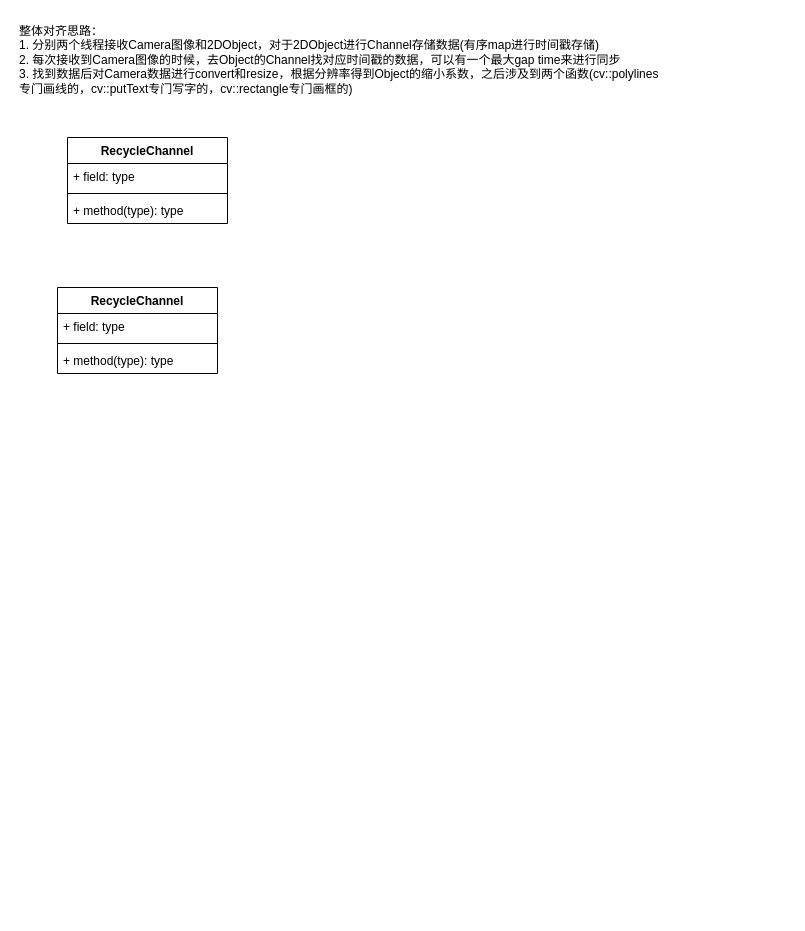
The draw.io diagram SourceCodeRead/HMI 2DCamera + Object.drawio in m1018/ChaoStudy, before the edit. Source tidied: cells renumbered, new cells numbered last; positions are measured from the earlier drawing's top-left corner, leaving out a move shared by most shapes. Both pictures are drawn from the tidied source at 100%, with x=0, y=0 at pixel (17, 17).
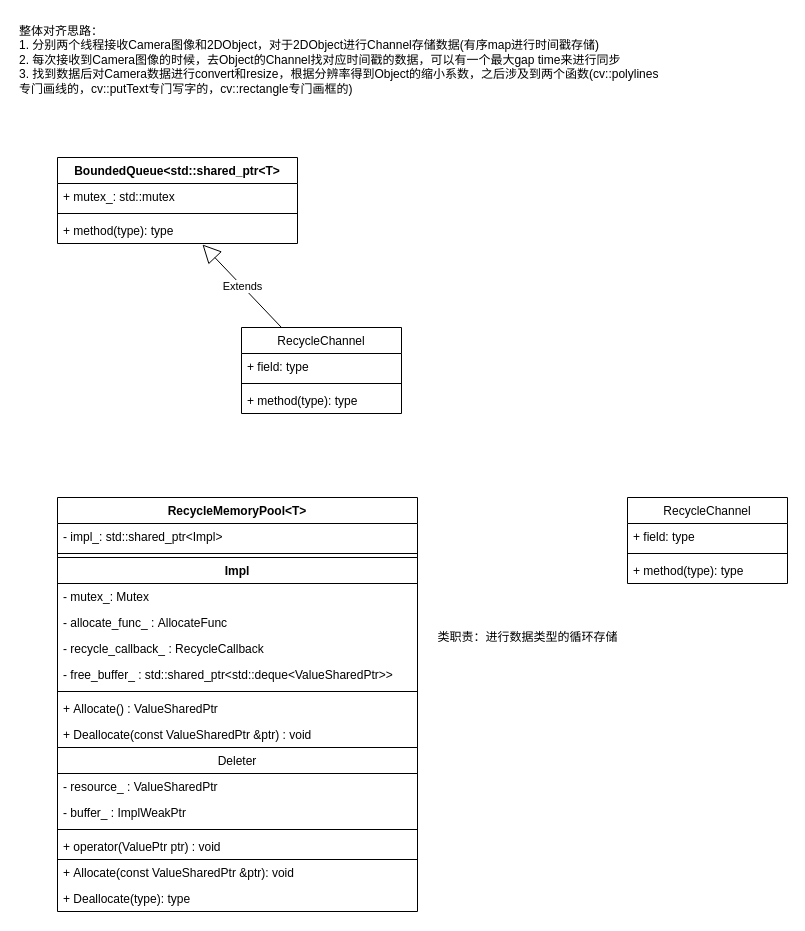
After the change.

Change to the diagram source:
```diff
@@
+    <mxCell id="7" value="RecycleChannel" style="swimlane;fontStyle=0;align=center;verticalAlign=top;horizontal=1;startSize=26;" parent="1" vertex="1">
+      <mxGeometry x="224" y="310" width="160" height="86" as="geometry" />
+    </mxCell>
+    <mxCell id="8" value="+ field: type" style="text;strokeColor=none;fillColor=none;align=left;verticalAlign=top;spacingLeft=4;spacingRight=4;overflow=hidden;" parent="7" vertex="1">
+      <mxGeometry y="26" width="160" height="26" as="geometry" />
+    </mxCell>
+    <mxCell id="9" style="line;strokeWidth=1;fillColor=none;align=left;verticalAlign=middle;spacingTop=-1;spacingLeft=3;spacingRight=3;labelPosition=right;" parent="7" vertex="1">
+      <mxGeometry y="52" width="160" height="8" as="geometry" />
+    </mxCell>
+    <mxCell id="10" value="+ method(type): type" style="text;strokeColor=none;fillColor=none;align=left;verticalAlign=top;spacingLeft=4;spacingRight=4;overflow=hidden;" parent="7" vertex="1">
+      <mxGeometry y="60" width="160" height="26" as="geometry" />
+    </mxCell>
+    <mxCell id="11" value="BoundedQueue&lt;std::shared_ptr&lt;T&gt;" style="swimlane;fontStyle=1;align=center;verticalAlign=top;horizontal=1;startSize=26;" parent="1" vertex="1">
+      <mxGeometry x="40" y="140" width="240" height="86" as="geometry" />
+    </mxCell>
+    <mxCell id="12" value="+ mutex_: std::mutex" style="text;strokeColor=none;fillColor=none;align=left;verticalAlign=top;spacingLeft=4;spacingRight=4;overflow=hidden;" parent="11" vertex="1">
+      <mxGeometry y="26" width="240" height="26" as="geometry" />
+    </mxCell>
+    <mxCell id="13" style="line;strokeWidth=1;fillColor=none;align=left;verticalAlign=middle;spacingTop=-1;spacingLeft=3;spacingRight=3;labelPosition=right;" parent="11" vertex="1">
+      <mxGeometry y="52" width="240" height="8" as="geometry" />
+    </mxCell>
+    <mxCell id="14" value="+ method(type): type" style="text;strokeColor=none;fillColor=none;align=left;verticalAlign=top;spacingLeft=4;spacingRight=4;overflow=hidden;points=[[0,0.5],[1,0.5]];portConstraint=eastwest;" parent="11" vertex="1">
+      <mxGeometry y="60" width="240" height="26" as="geometry" />
+    </mxCell>
+    <mxCell id="15" value="RecycleMemoryPool&lt;T&gt;" style="swimlane;fontStyle=1;align=center;verticalAlign=top;horizontal=1;startSize=26;" parent="1" vertex="1">
+      <mxGeometry x="40" y="480" width="360" height="414" as="geometry" />
+    </mxCell>
+    <mxCell id="16" value="- impl_: std::shared_ptr&lt;Impl&gt;" style="text;strokeColor=none;fillColor=none;align=left;verticalAlign=top;spacingLeft=4;spacingRight=4;overflow=hidden;" parent="15" vertex="1">
+      <mxGeometry y="26" width="360" height="26" as="geometry" />
+    </mxCell>
+    <mxCell id="17" style="line;strokeWidth=1;fillColor=none;align=left;verticalAlign=middle;spacingTop=-1;spacingLeft=3;spacingRight=3;labelPosition=right;" parent="15" vertex="1">
+      <mxGeometry y="52" width="360" height="8" as="geometry" />
+    </mxCell>
+    <mxCell id="18" value="Impl" style="swimlane;fontStyle=1;align=center;verticalAlign=top;horizontal=1;startSize=26;" parent="15" vertex="1">
+      <mxGeometry y="60" width="360" height="302" as="geometry" />
+    </mxCell>
+    <mxCell id="19" value="- mutex_: Mutex&#10;" style="text;strokeColor=none;fillColor=none;align=left;verticalAlign=top;spacingLeft=4;spacingRight=4;overflow=hidden;" parent="18" vertex="1">
+      <mxGeometry y="26" width="360" height="26" as="geometry" />
+    </mxCell>
+    <mxCell id="20" value="- allocate_func_ : AllocateFunc" style="text;strokeColor=none;fillColor=none;align=left;verticalAlign=top;spacingLeft=4;spacingRight=4;overflow=hidden;" parent="18" vertex="1">
+      <mxGeometry y="52" width="360" height="26" as="geometry" />
+    </mxCell>
+    <mxCell id="21" value="- recycle_callback_ : RecycleCallback" style="text;strokeColor=none;fillColor=none;align=left;verticalAlign=top;spacingLeft=4;spacingRight=4;overflow=hidden;" parent="18" vertex="1">
+      <mxGeometry y="78" width="360" height="26" as="geometry" />
+    </mxCell>
+    <mxCell id="22" value="- free_buffer_ : std::shared_ptr&lt;std::deque&lt;ValueSharedPtr&gt;&gt;" style="text;strokeColor=none;fillColor=none;align=left;verticalAlign=top;spacingLeft=4;spacingRight=4;overflow=hidden;" parent="18" vertex="1">
+      <mxGeometry y="104" width="360" height="26" as="geometry" />
+    </mxCell>
+    <mxCell id="23" style="line;strokeWidth=1;fillColor=none;align=left;verticalAlign=middle;spacingTop=-1;spacingLeft=3;spacingRight=3;labelPosition=right;" parent="18" vertex="1">
+      <mxGeometry y="130" width="360" height="8" as="geometry" />
+    </mxCell>
+    <mxCell id="24" value="+ Allocate() : ValueSharedPtr" style="text;strokeColor=none;fillColor=none;align=left;verticalAlign=top;spacingLeft=4;spacingRight=4;overflow=hidden;" parent="18" vertex="1">
+      <mxGeometry y="138" width="360" height="26" as="geometry" />
+    </mxCell>
+    <mxCell id="25" value="+ Deallocate(const ValueSharedPtr &amp;ptr) : void" style="text;strokeColor=none;fillColor=none;align=left;verticalAlign=top;spacingLeft=4;spacingRight=4;overflow=hidden;" parent="18" vertex="1">
+      <mxGeometry y="164" width="360" height="26" as="geometry" />
+    </mxCell>
+    <mxCell id="26" value="Deleter&#10;" style="swimlane;fontStyle=0;align=center;verticalAlign=top;horizontal=1;startSize=26;" parent="18" vertex="1">
+      <mxGeometry y="190" width="360" height="112" as="geometry" />
+    </mxCell>
+    <mxCell id="27" value="- resource_ : ValueSharedPtr" style="text;strokeColor=none;fillColor=none;align=left;verticalAlign=top;spacingLeft=4;spacingRight=4;overflow=hidden;" parent="26" vertex="1">
+      <mxGeometry y="26" width="360" height="26" as="geometry" />
+    </mxCell>
+    <mxCell id="28" value="- buffer_ : ImplWeakPtr " style="text;strokeColor=none;fillColor=none;align=left;verticalAlign=top;spacingLeft=4;spacingRight=4;overflow=hidden;" parent="26" vertex="1">
+      <mxGeometry y="52" width="360" height="26" as="geometry" />
+    </mxCell>
+    <mxCell id="29" style="line;strokeWidth=1;fillColor=none;align=left;verticalAlign=middle;spacingTop=-1;spacingLeft=3;spacingRight=3;labelPosition=right;" parent="26" vertex="1">
+      <mxGeometry y="78" width="360" height="8" as="geometry" />
+    </mxCell>
+    <mxCell id="30" value="+ operator(ValuePtr ptr) : void " style="text;strokeColor=none;fillColor=none;align=left;verticalAlign=top;spacingLeft=4;spacingRight=4;overflow=hidden;" parent="26" vertex="1">
+      <mxGeometry y="86" width="360" height="26" as="geometry" />
+    </mxCell>
+    <mxCell id="31" value="+ Allocate(const ValueSharedPtr &amp;ptr): void" style="text;strokeColor=none;fillColor=none;align=left;verticalAlign=top;spacingLeft=4;spacingRight=4;overflow=hidden;" parent="15" vertex="1">
+      <mxGeometry y="362" width="360" height="26" as="geometry" />
+    </mxCell>
+    <mxCell id="32" value="+ Deallocate(type): type" style="text;strokeColor=none;fillColor=none;align=left;verticalAlign=top;spacingLeft=4;spacingRight=4;overflow=hidden;" parent="15" vertex="1">
+      <mxGeometry y="388" width="360" height="26" as="geometry" />
+    </mxCell>
+    <mxCell id="33" value="Extends" style="endArrow=block;endSize=16;endFill=0;html=1;rounded=0;exitX=0.25;exitY=0;exitDx=0;exitDy=0;entryX=0.604;entryY=1.038;entryDx=0;entryDy=0;entryPerimeter=0;" parent="1" edge="1" source="7" target="14">
+      <mxGeometry relative="1" as="geometry" />
+    </mxCell>
+    <mxCell id="34" value="类职责：进行数据类型的循环存储" style="text;html=1;align=center;verticalAlign=middle;strokeColor=none;fillColor=none;" parent="1" vertex="1">
+      <mxGeometry x="410" y="605" width="200" height="30" as="geometry" />
+    </mxCell>
-    <mxCell id="3" value="RecycleChannel" style="swimlane;fontStyle=1;align=center;verticalAlign=top;horizontal=1;startSize=26;" parent="1" vertex="1">
-      <mxGeometry x="40" y="270" width="160" height="86" as="geometry" />
+    <mxCell id="3" value="RecycleChannel" style="swimlane;fontStyle=0;align=center;verticalAlign=top;horizontal=1;startSize=26;" parent="1" vertex="1">
+      <mxGeometry x="610" y="480" width="160" height="86" as="geometry" />
     </mxCell>
@@
-    <mxCell id="7" value="RecycleChannel" style="swimlane;fontStyle=1;align=center;verticalAlign=top;horizontal=1;startSize=26;" parent="1" vertex="1">
-      <mxGeometry x="50" y="120" width="160" height="86" as="geometry" />
-    </mxCell>
-    <mxCell id="8" value="+ field: type" style="text;strokeColor=none;fillColor=none;align=left;verticalAlign=top;spacingLeft=4;spacingRight=4;overflow=hidden;" parent="7" vertex="1">
-      <mxGeometry y="26" width="160" height="26" as="geometry" />
-    </mxCell>
-    <mxCell id="9" style="line;strokeWidth=1;fillColor=none;align=left;verticalAlign=middle;spacingTop=-1;spacingLeft=3;spacingRight=3;labelPosition=right;" parent="7" vertex="1">
-      <mxGeometry y="52" width="160" height="8" as="geometry" />
-    </mxCell>
-    <mxCell id="10" value="+ method(type): type" style="text;strokeColor=none;fillColor=none;align=left;verticalAlign=top;spacingLeft=4;spacingRight=4;overflow=hidden;" parent="7" vertex="1">
-      <mxGeometry y="60" width="160" height="26" as="geometry" />
-    </mxCell>
```
